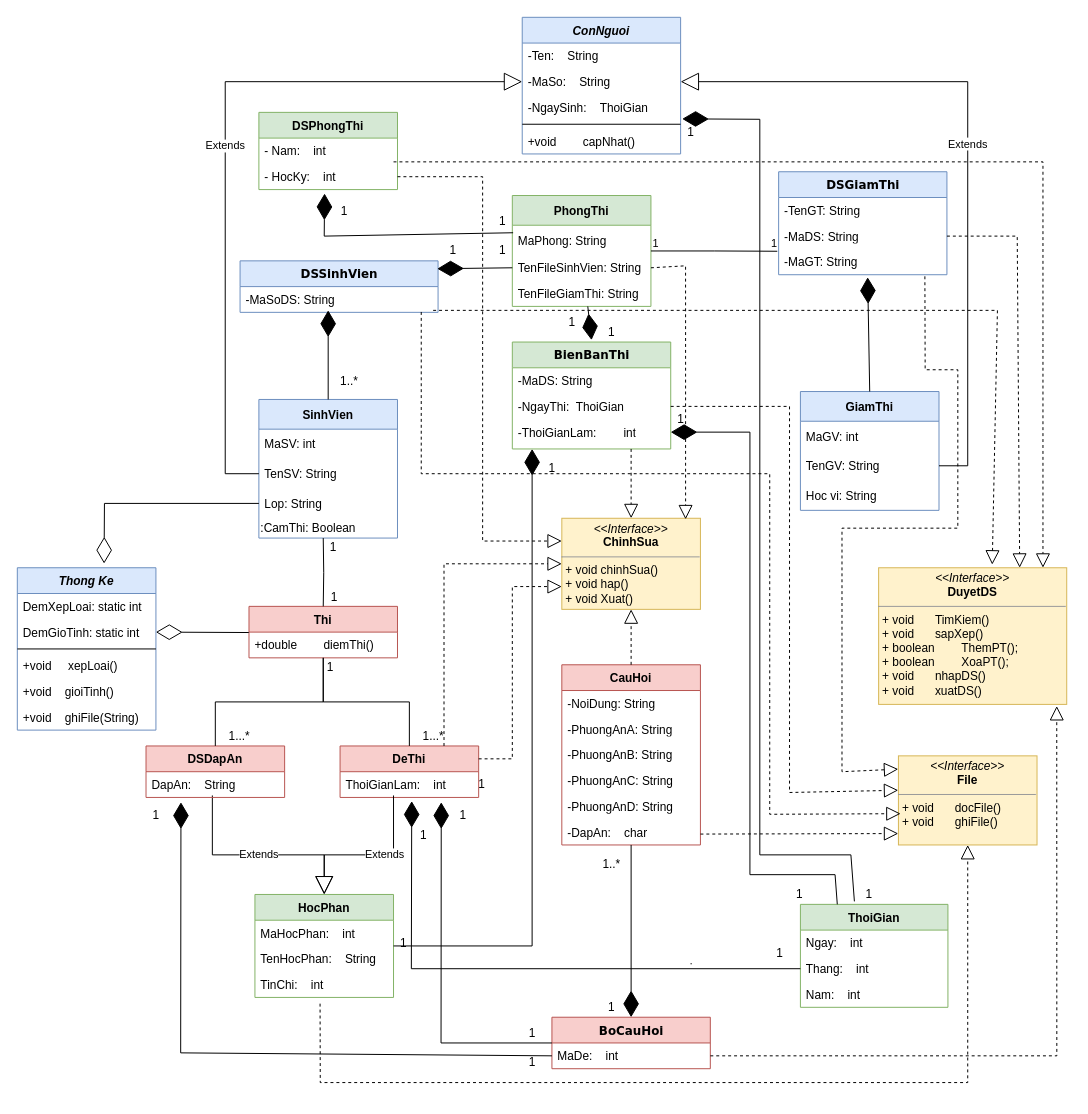
Above: ThiTracNghiem.drawio in DuyAccel/QuanLyThiTracNGhiem (draw.io), before the change. Source tidied: cells renumbered, new cells numbered last; positions are measured from the earlier drawing's top-left corner, leaving out a move shared by most shapes. Both pictures are drawn from the tidied source at 99%, with x=0, y=0 at pixel (17, 17).
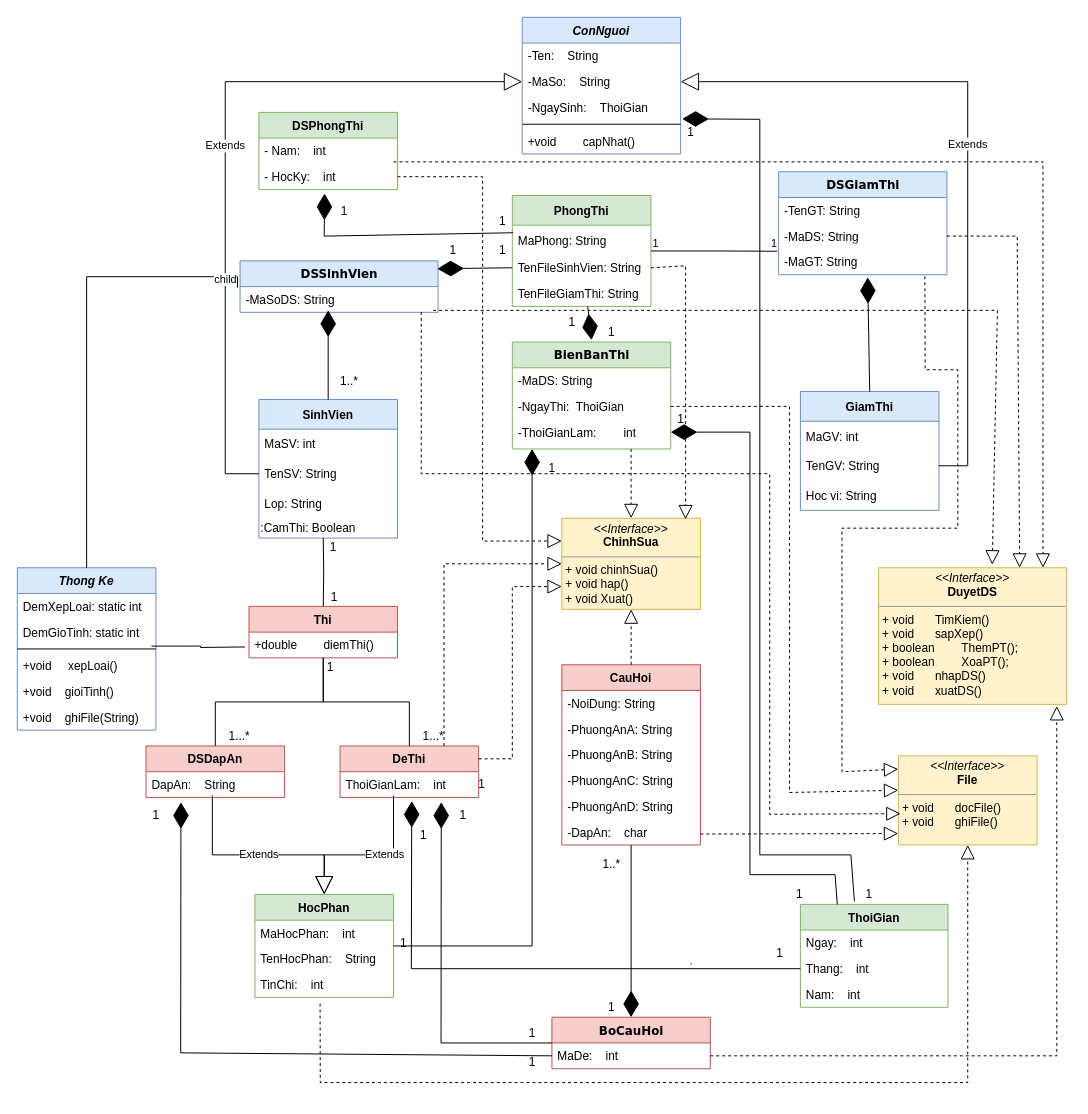
The same diagram, later.

Unchanged cells that the change refers to:
```xml
<mxCell id="12" value="Lop: String" style="text;strokeColor=none;fillColor=none;align=left;verticalAlign=middle;spacingLeft=4;spacingRight=4;overflow=hidden;points=[[0,0.5],[1,0.5]];portConstraint=eastwest;" parent="9" vertex="1">
  <mxGeometry y="90" width="140" height="30" as="geometry" />
</mxCell>
<mxCell id="23" value="+double        diemThi()" style="text;strokeColor=none;fillColor=none;align=left;verticalAlign=top;spacingLeft=4;spacingRight=4;overflow=hidden;points=[[0,0.5],[1,0.5]];portConstraint=eastwest;" parent="22" vertex="1">
  <mxGeometry y="26" width="150" height="26" as="geometry" />
</mxCell>
<mxCell id="42" value="-MaSoDS: String" style="text;html=1;strokeColor=none;fillColor=none;align=left;verticalAlign=top;spacingLeft=4;spacingRight=4;whiteSpace=wrap;overflow=hidden;points=[[0,0.5],[1,0.5]];portConstraint=eastwest;" parent="41" vertex="1">
  <mxGeometry y="26" width="200" height="26" as="geometry" />
</mxCell>
<mxCell id="126" value="Thong Ke" style="swimlane;fontStyle=3;horizontal=1;startSize=26;fillColor=#dae8fc;strokeColor=#6c8ebf;" parent="1" vertex="1">
  <mxGeometry y="556" width="140" height="164" as="geometry" />
</mxCell>
<mxCell id="128" value="DemGioTinh: static int" style="text;strokeColor=none;fillColor=none;align=left;verticalAlign=top;spacingLeft=4;spacingRight=4;overflow=hidden;points=[[0,0.5],[1,0.5]];portConstraint=eastwest;" parent="126" vertex="1">
  <mxGeometry y="52" width="140" height="26" as="geometry" />
</mxCell>
<mxCell id="129" style="line;strokeWidth=1;fillColor=none;align=left;verticalAlign=middle;spacingTop=-1;spacingLeft=3;spacingRight=3;labelPosition=right;points=[];portConstraint=eastwest;" parent="126" vertex="1">
  <mxGeometry y="78" width="140" height="8" as="geometry" />
</mxCell>
```

Change to the diagram source:
```diff
@@
-    <mxCell id="133" style="endArrow=diamondThin;endFill=0;endSize=24;html=1;rounded=0;entryX=0.626;entryY=-0.026;entryDx=0;entryDy=0;entryPerimeter=0;exitX=0;exitY=0.5;exitDx=0;exitDy=0;" parent="1" edge="1" source="12" target="126">
-      <mxGeometry relative="1" as="geometry">
-        <Array as="points">
-          <mxPoint x="88" y="491" />
-        </Array>
-      </mxGeometry>
-    </mxCell>
-    <mxCell id="134" style="endArrow=diamondThin;endFill=0;endSize=24;html=1;rounded=0;entryX=1;entryY=0.5;entryDx=0;entryDy=0;exitX=-0.001;exitY=0.016;exitDx=0;exitDy=0;exitPerimeter=0;" parent="1" edge="1" source="23" target="128">
-      <mxGeometry relative="1" as="geometry" />
-    </mxCell>
+    <mxCell id="135" style="endArrow=none;html=1;edgeStyle=orthogonalEdgeStyle;rounded=0;entryX=-0.013;entryY=0.033;entryDx=0;entryDy=0;entryPerimeter=0;" parent="1" edge="1" source="126" target="42">
+      <mxGeometry relative="1" as="geometry" />
+    </mxCell>
+    <mxCell id="136" value="child" style="edgeLabel;html=1;align=right;verticalAlign=bottom;" parent="135" vertex="1">
+      <mxGeometry x="1" relative="1" as="geometry" />
+    </mxCell>
+    <mxCell id="137" style="endArrow=none;html=1;edgeStyle=orthogonalEdgeStyle;rounded=0;exitX=0.968;exitY=0.143;exitDx=0;exitDy=0;exitPerimeter=0;" parent="1" edge="1" source="129">
+      <mxGeometry relative="1" as="geometry">
+        <mxPoint x="230" y="636" as="targetPoint" />
+      </mxGeometry>
+    </mxCell>
```
